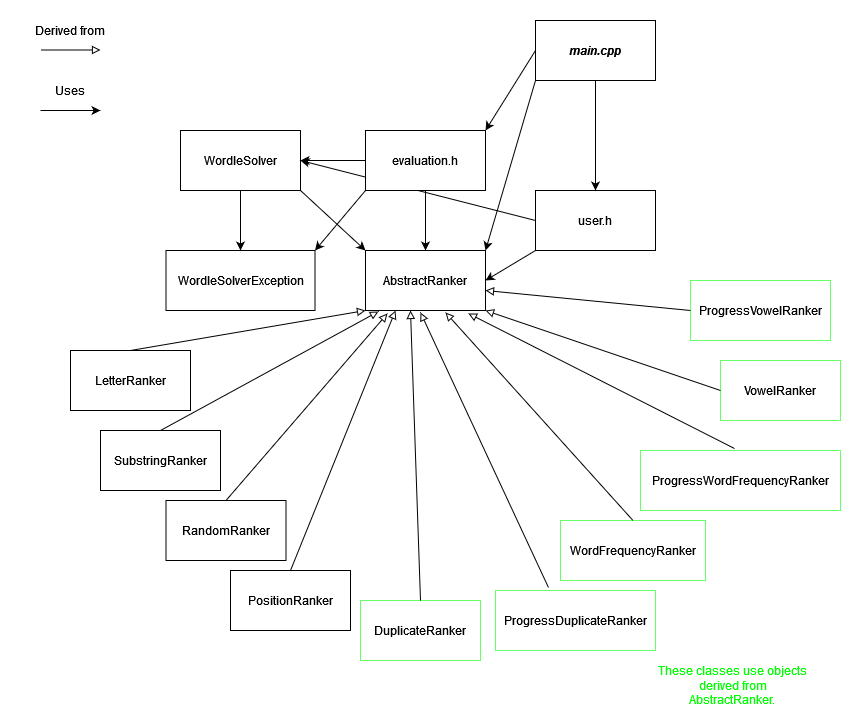
Before: uml_diagram.png, a diagram exported from draw.io (ChamiLamelas/Wordle_Solver). Source tidied: cells renumbered, new cells last; positions are measured from the earlier drawing's top-left corner, leaving out a move shared by most shapes.
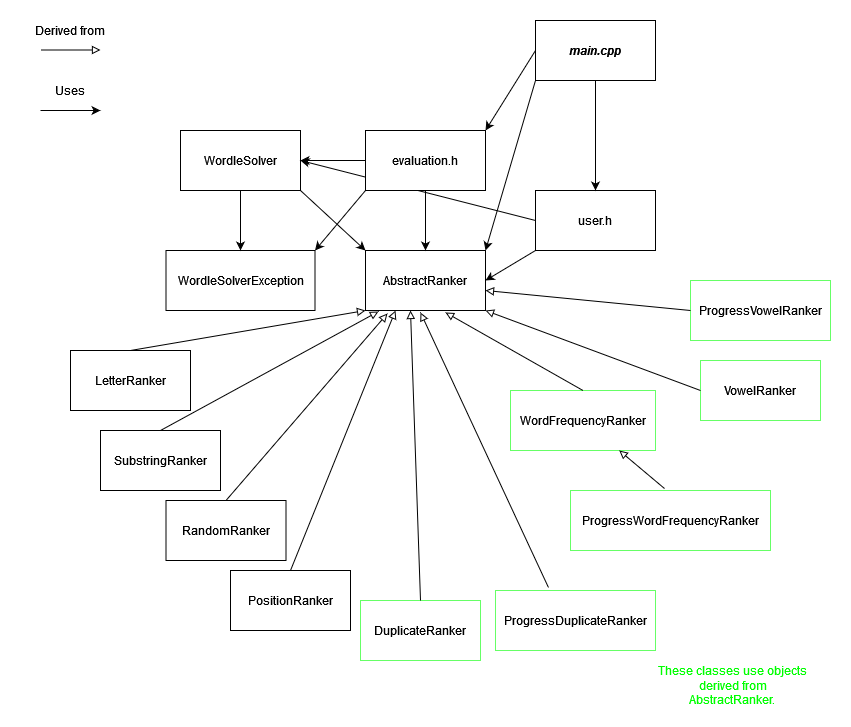
After the change.

Diff of the diagram source:
```diff
@@ -99,13 +99,13 @@
       <mxGeometry relative="1" as="geometry" />
     </mxCell>
     <mxCell id="32" value="WordFrequencyRanker" style="rounded=0;whiteSpace=wrap;html=1;strokeColor=#66FF66;" parent="1" vertex="1">
-      <mxGeometry x="540" y="500" width="145" height="60" as="geometry" />
+      <mxGeometry x="490" y="370" width="145" height="60" as="geometry" />
     </mxCell>
     <mxCell id="33" style="endArrow=block;html=1;endFill=0;exitX=0.5;exitY=0;exitDx=0;exitDy=0;entryX=0.667;entryY=1.033;entryDx=0;entryDy=0;entryPerimeter=0;" parent="1" edge="1" source="32" target="2">
       <mxGeometry relative="1" as="geometry" />
     </mxCell>
     <mxCell id="34" value="VowelRanker" style="rounded=0;whiteSpace=wrap;html=1;strokeColor=#66FF66;" parent="1" vertex="1">
-      <mxGeometry x="700" y="340" width="120" height="60" as="geometry" />
+      <mxGeometry x="680" y="340" width="120" height="60" as="geometry" />
     </mxCell>
     <mxCell id="35" style="endArrow=block;html=1;endFill=0;entryX=1;entryY=1;entryDx=0;entryDy=0;exitX=0;exitY=0.5;exitDx=0;exitDy=0;" parent="1" edge="1" source="34" target="2">
       <mxGeometry relative="1" as="geometry" />
@@ -122,9 +122,9 @@
       </mxGeometry>
     </mxCell>
     <mxCell id="39" value="ProgressWordFrequencyRanker" style="rounded=0;whiteSpace=wrap;html=1;strokeColor=#66FF66;" parent="1" vertex="1">
-      <mxGeometry x="620" y="430" width="200" height="60" as="geometry" />
+      <mxGeometry x="550" y="470" width="200" height="60" as="geometry" />
     </mxCell>
-    <mxCell id="40" style="endArrow=block;html=1;endFill=0;entryX=0.858;entryY=1.05;entryDx=0;entryDy=0;exitX=0.47;exitY=-0.033;exitDx=0;exitDy=0;exitPerimeter=0;entryPerimeter=0;" parent="1" edge="1" source="39" target="2">
+    <mxCell id="40" style="endArrow=block;html=1;endFill=0;entryX=0.75;entryY=1;entryDx=0;entryDy=0;exitX=0.47;exitY=-0.033;exitDx=0;exitDy=0;exitPerimeter=0;" parent="1" edge="1" source="39" target="32">
       <mxGeometry relative="1" as="geometry" />
     </mxCell>
     <mxCell id="41" value="ProgressVowelRanker" style="rounded=0;whiteSpace=wrap;html=1;strokeColor=#66FF66;" parent="1" vertex="1">
```
